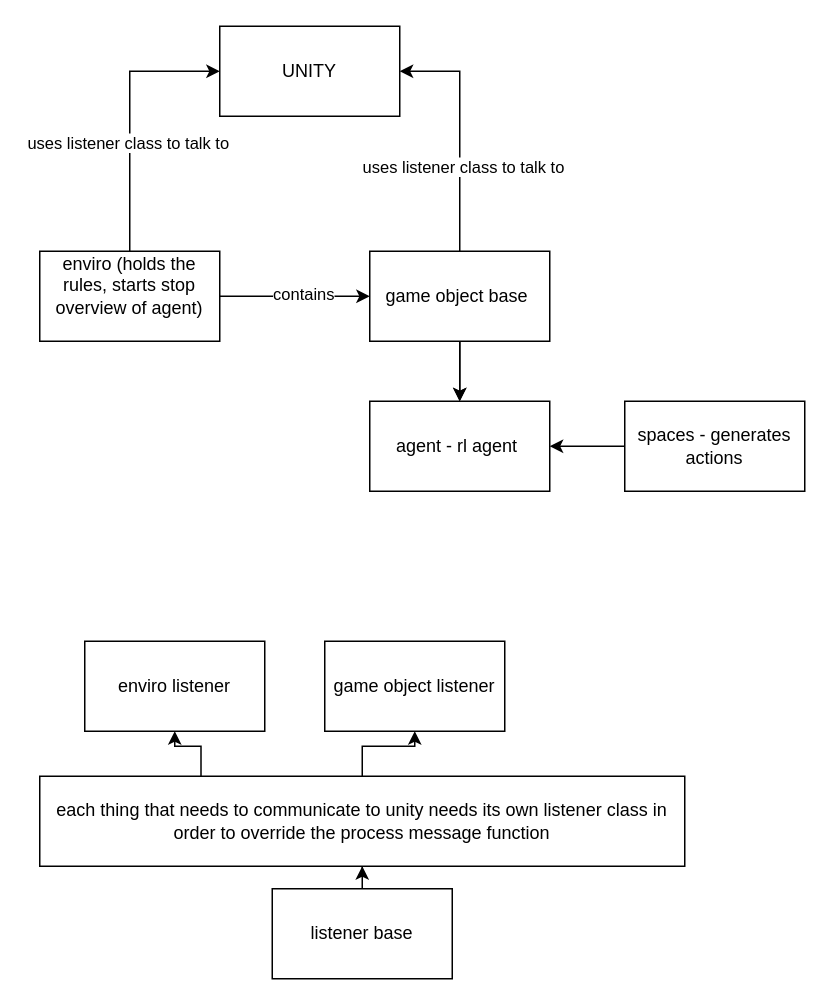
januaryonlakestreet/unity_rl keeps this draw.io diagram as unity_rl/Server/diagram.drawio. Above is the earlier version. Source tidied: cells renumbered, new cells numbered last; positions are measured from the earlier drawing's top-left corner, leaving out a move shared by most shapes. Both pictures are drawn from the tidied source at 150%, with x=0, y=0 at pixel (39, 26).
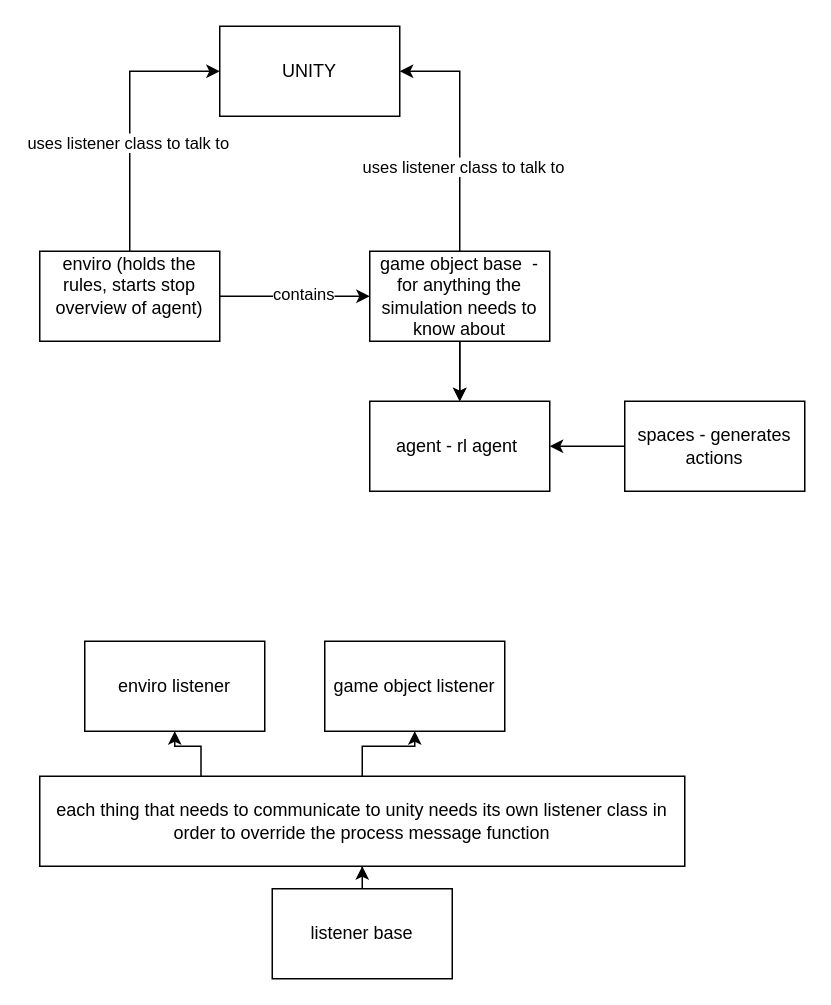
Above is the later version.

The edit, as a diff of the source:
```diff
@@
-    <mxCell id="11" value="game object base&amp;nbsp;" style="rounded=0;whiteSpace=wrap;html=1;" parent="1" vertex="1">
+    <mxCell id="11" value="game object base&amp;nbsp; - for anything the simulation needs to know about" style="rounded=0;whiteSpace=wrap;html=1;" parent="1" vertex="1">
       <mxGeometry x="220" y="150" width="120" height="60" as="geometry" />
     </mxCell>
```
